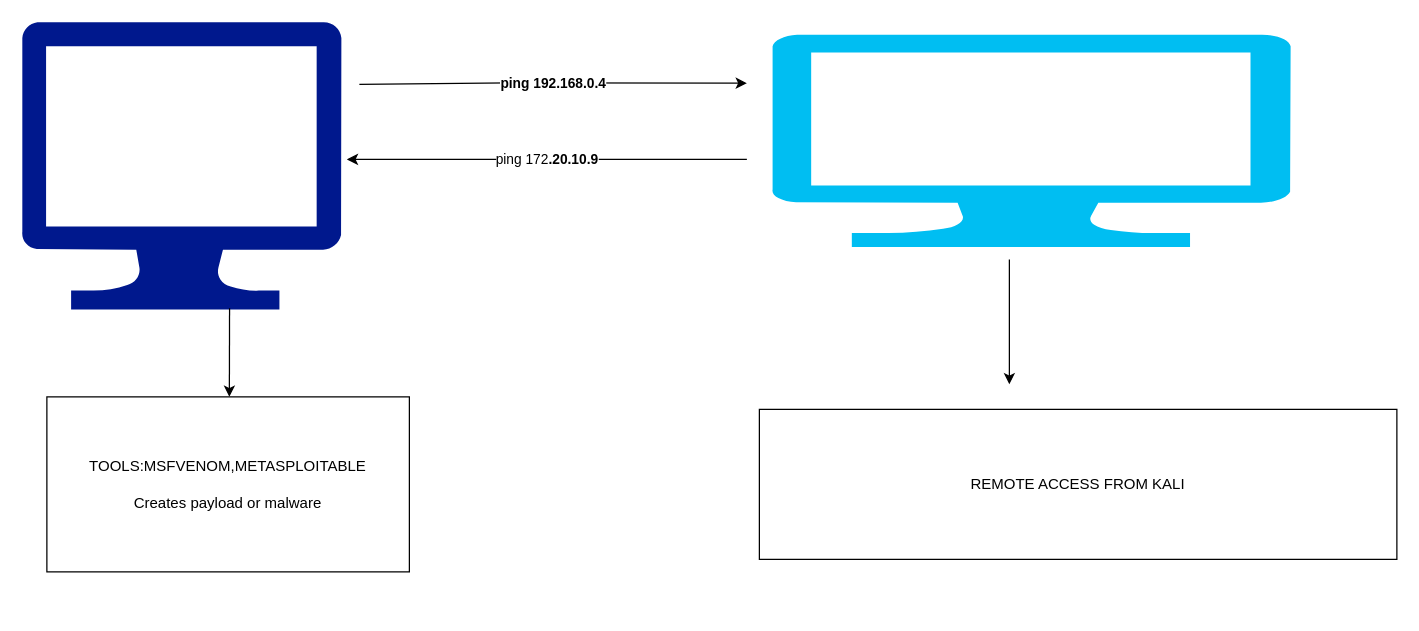
Earlier version of the draw.io diagram Untitled Diagram.drawio (chiedoziebryan112/web_pen_testing). Source tidied: cells renumbered, new cells numbered last; positions are measured from the earlier drawing's top-left corner, leaving out a move shared by most shapes. Both pictures are drawn from the tidied source at 125%, with x=0, y=0 at pixel (21, 21).
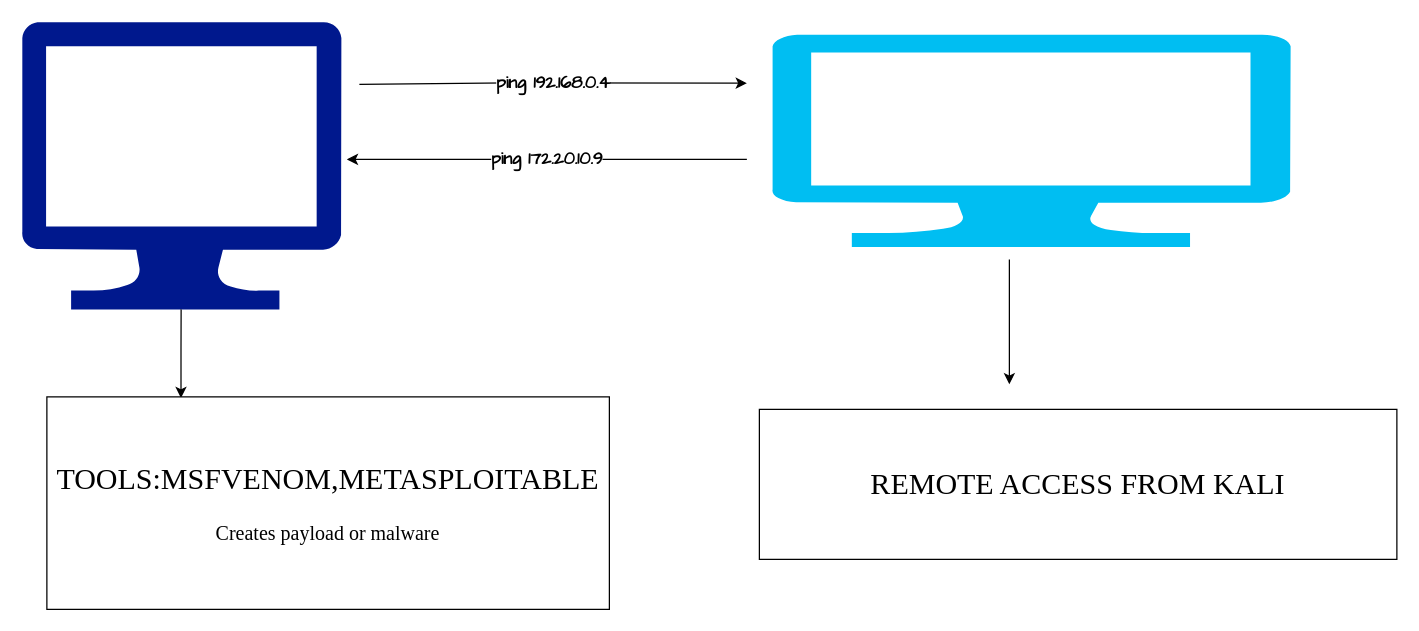
After the change.

The edit, as a diff of the source:
```diff
@@
 <mxGraphModel>
   <root>
     <mxCell id="0" />
     <mxCell id="1" parent="0" />
     <mxCell id="2" style="verticalLabelPosition=bottom;html=1;verticalAlign=top;align=center;strokeColor=none;fillColor=#00BEF2;shape=mxgraph.azure.computer;" parent="1" vertex="1">
       <mxGeometry x="600" y="10" width="415" height="170" as="geometry" />
     </mxCell>
     <mxCell id="3" style="sketch=0;shadow=0;dashed=0;html=1;strokeColor=none;labelPosition=center;verticalLabelPosition=bottom;verticalAlign=top;align=center;fillColor=#00188D;shape=mxgraph.azure.computer;" parent="1" vertex="1">
       <mxGeometry width="255.6" height="230" as="geometry" />
     </mxCell>
-    <mxCell id="4" value="ping 192.168.0.4" style="endArrow=classic;html=1;rounded=0;fontStyle=1;" parent="1" edge="1">
+    <mxCell id="4" value="&lt;font style=&quot;font-size: 14px;&quot; face=&quot;Comic Sans MS&quot;&gt;ping 192.168.0.4&lt;/font&gt;" style="endArrow=classic;html=1;rounded=0;fontStyle=1;" parent="1" edge="1">
       <mxGeometry relative="1" as="geometry">
         <mxPoint x="270" y="50" as="sourcePoint" />
         <mxPoint x="580" y="49" as="targetPoint" />
         <Array as="points">
           <mxPoint x="400" y="48.8" />
         </Array>
       </mxGeometry>
     </mxCell>
-    <mxCell id="5" style="endArrow=classic;html=1;rounded=0;exitX=0.65;exitY=0.996;exitDx=0;exitDy=0;exitPerimeter=0;" parent="1" edge="1" source="3">
+    <mxCell id="5" style="endArrow=classic;html=1;rounded=0;exitX=0.65;exitY=0.996;exitDx=0;exitDy=0;exitPerimeter=0;" parent="1" edge="1">
       <mxGeometry relative="1" as="geometry">
-        <mxPoint x="166" y="300" as="targetPoint" />
+        <mxPoint x="127.4" y="230" as="sourcePoint" />
+        <mxPoint x="127.3" y="300.9" as="targetPoint" />
+        <Array as="points">
+          <mxPoint x="127.3" y="260.9" />
+        </Array>
       </mxGeometry>
     </mxCell>
-    <mxCell id="6" value="&lt;div&gt;TOOLS:MSFVENOM,METASPLOITABLE&lt;/div&gt;&lt;div&gt;&lt;br&gt;&lt;/div&gt;&lt;div&gt;Creates payload or malware&lt;br&gt;&lt;/div&gt;" style="rounded=0;whiteSpace=wrap;html=1;" parent="1" vertex="1">
-      <mxGeometry x="20" y="300" width="290" height="140" as="geometry" />
+    <mxCell id="6" value="&lt;div&gt;&lt;font style=&quot;font-size: 24px;&quot; face=&quot;Times New Roman&quot;&gt;TOOLS:MSFVENOM,METASPLOITABLE&lt;/font&gt;&lt;/div&gt;&lt;div&gt;&lt;font size=&quot;3&quot; face=&quot;Times New Roman&quot;&gt;&lt;br&gt;&lt;/font&gt;&lt;/div&gt;&lt;div&gt;&lt;font size=&quot;3&quot; face=&quot;Times New Roman&quot;&gt;Creates payload or malware&lt;/font&gt;&lt;br&gt;&lt;/div&gt;" style="rounded=0;whiteSpace=wrap;html=1;" parent="1" vertex="1">
+      <mxGeometry x="20" y="300" width="450" height="170" as="geometry" />
     </mxCell>
     <mxCell id="7" style="endArrow=classic;html=1;rounded=0;" parent="1" edge="1">
       <mxGeometry relative="1" as="geometry">
         <mxPoint x="790" y="190" as="sourcePoint" />
         <mxPoint x="790" y="290" as="targetPoint" />
       </mxGeometry>
     </mxCell>
-    <mxCell id="8" value="REMOTE ACCESS FROM KALI" style="rounded=0;whiteSpace=wrap;html=1;" parent="1" vertex="1">
+    <mxCell id="8" value="&lt;font style=&quot;font-size: 24px;&quot; face=&quot;Times New Roman&quot;&gt;REMOTE ACCESS FROM KALI&lt;/font&gt;" style="rounded=0;whiteSpace=wrap;html=1;" parent="1" vertex="1">
       <mxGeometry x="590" y="310" width="510" height="120" as="geometry" />
     </mxCell>
-    <mxCell id="9" value="ping 172&lt;b&gt;.20.10.9&lt;/b&gt;" style="endArrow=classic;html=1;rounded=0;" parent="1" edge="1">
+    <mxCell id="9" value="&lt;b&gt;&lt;font style=&quot;font-size: 14px;&quot; face=&quot;Comic Sans MS&quot;&gt;ping 172.20.10.9&lt;/font&gt;&lt;/b&gt;" style="endArrow=classic;html=1;rounded=0;" parent="1" edge="1">
       <mxGeometry relative="1" as="geometry">
         <mxPoint x="580" y="110" as="sourcePoint" />
         <mxPoint x="260" y="110" as="targetPoint" />
       </mxGeometry>
     </mxCell>
   </root>
 </mxGraphModel>
```
